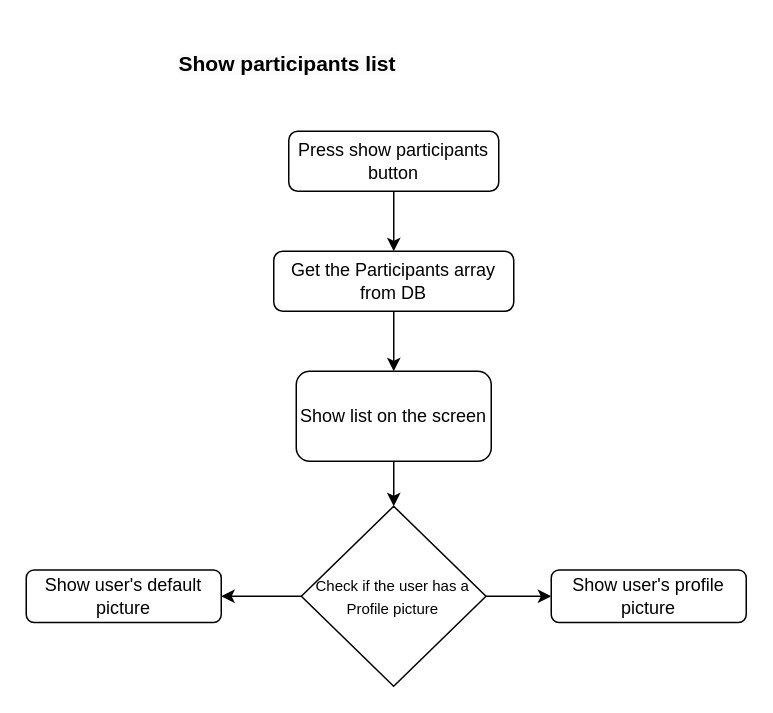
This is page "Page-2" (2 of 2) of Untitled Diagram.drawio from orchlonn/design-doc, a draw.io file, before an edit. Source tidied: cells renumbered, new cells numbered last; positions are measured from the earlier drawing's top-left corner, leaving out a move shared by most shapes. Both pictures are drawn from the tidied source at 150%, with x=0, y=0 at pixel (26, 40).
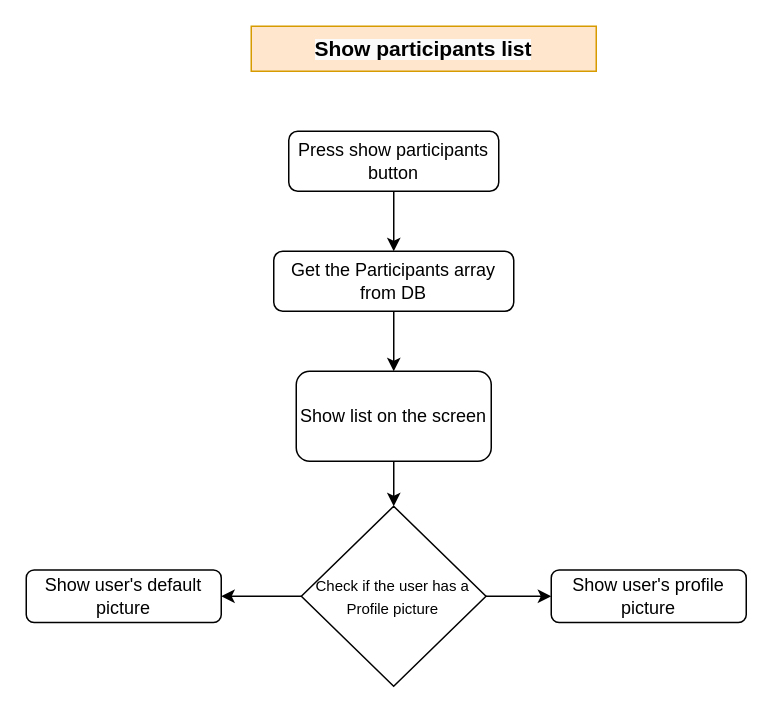
After the change.

Diff of the diagram source:
```diff
@@
 <mxGraphModel>
   <root>
     <mxCell id="0" />
     <mxCell id="1" parent="0" />
     <mxCell id="2" style="edgeStyle=orthogonalEdgeStyle;rounded=0;jettySize=auto;html=1;" parent="1" edge="1" source="3" target="5">
       <mxGeometry relative="1" as="geometry" />
     </mxCell>
     <mxCell id="3" value="Press show participants button" style="rounded=1;whiteSpace=wrap;html=1;fontSize=12;glass=0;strokeWidth=1;shadow=0;" parent="1" vertex="1">
       <mxGeometry x="175" y="60" width="140" height="40" as="geometry" />
     </mxCell>
     <mxCell id="4" style="edgeStyle=orthogonalEdgeStyle;rounded=0;jettySize=auto;html=1;" parent="1" edge="1" source="5" target="8">
       <mxGeometry relative="1" as="geometry" />
     </mxCell>
     <mxCell id="5" value="Get the Participants array from DB" style="rounded=1;whiteSpace=wrap;html=1;fontSize=12;glass=0;strokeWidth=1;shadow=0;" parent="1" vertex="1">
       <mxGeometry x="165" y="140" width="160" height="40" as="geometry" />
     </mxCell>
     <mxCell id="6" value="Show user's profile picture" style="rounded=1;whiteSpace=wrap;html=1;fontSize=12;glass=0;strokeWidth=1;shadow=0;" parent="1" vertex="1">
       <mxGeometry x="350" y="352.5" width="130" height="35" as="geometry" />
     </mxCell>
     <mxCell id="7" style="edgeStyle=orthogonalEdgeStyle;rounded=0;jettySize=auto;html=1;" parent="1" edge="1" source="8" target="12">
       <mxGeometry relative="1" as="geometry" />
     </mxCell>
     <mxCell id="8" value="Show list on the screen" style="rounded=1;whiteSpace=wrap;html=1;fontSize=12;glass=0;strokeWidth=1;shadow=0;" parent="1" vertex="1">
       <mxGeometry x="180" y="220" width="130" height="60" as="geometry" />
     </mxCell>
-    <mxCell id="9" value="&lt;span style=&quot;color: rgb(0, 0, 0); font-family: Helvetica; font-style: normal; font-variant-ligatures: normal; font-variant-caps: normal; letter-spacing: normal; orphans: 2; text-align: center; text-indent: 0px; text-transform: none; widows: 2; word-spacing: 0px; -webkit-text-stroke-width: 0px; white-space: normal; background-color: rgb(251, 251, 251); text-decoration-thickness: initial; text-decoration-style: initial; text-decoration-color: initial; float: none; display: inline !important;&quot;&gt;&lt;b style=&quot;&quot;&gt;&lt;font style=&quot;font-size: 14px;&quot;&gt;Show participants list&lt;/font&gt;&lt;/b&gt;&lt;/span&gt;" style="text;whiteSpace=wrap;html=1;" parent="1" vertex="1">
-      <mxGeometry x="100" width="170" height="40" as="geometry" />
+    <mxCell id="9" value="&lt;span style=&quot;color: rgb(0, 0, 0); font-family: Helvetica; font-style: normal; font-variant-ligatures: normal; font-variant-caps: normal; letter-spacing: normal; orphans: 2; text-indent: 0px; text-transform: none; widows: 2; word-spacing: 0px; -webkit-text-stroke-width: 0px; white-space: normal; background-color: rgb(251, 251, 251); text-decoration-thickness: initial; text-decoration-style: initial; text-decoration-color: initial; float: none; display: inline !important;&quot;&gt;&lt;b style=&quot;&quot;&gt;&lt;font style=&quot;font-size: 14px;&quot;&gt;Show participants list&lt;/font&gt;&lt;/b&gt;&lt;/span&gt;" style="text;whiteSpace=wrap;html=1;fillColor=#ffe6cc;strokeColor=#d79b00;align=center;" parent="1" vertex="1">
+      <mxGeometry x="150" y="-10" width="230" height="30" as="geometry" />
     </mxCell>
     <mxCell id="10" style="edgeStyle=orthogonalEdgeStyle;rounded=0;jettySize=auto;html=1;" parent="1" edge="1" source="12" target="6">
       <mxGeometry relative="1" as="geometry" />
     </mxCell>
     <mxCell id="11" style="edgeStyle=orthogonalEdgeStyle;rounded=0;jettySize=auto;html=1;" parent="1" edge="1" source="12" target="13">
       <mxGeometry relative="1" as="geometry" />
     </mxCell>
     <mxCell id="12" value="&lt;span style=&quot;font-size: 10px;&quot;&gt;Check if the user has a Profile picture&lt;/span&gt;" style="rhombus;whiteSpace=wrap;html=1;" parent="1" vertex="1">
       <mxGeometry x="183.4" y="310" width="123.1" height="120" as="geometry" />
     </mxCell>
     <mxCell id="13" value="Show user's default picture" style="rounded=1;whiteSpace=wrap;html=1;fontSize=12;glass=0;strokeWidth=1;shadow=0;" parent="1" vertex="1">
       <mxGeometry y="352.5" width="130" height="35" as="geometry" />
     </mxCell>
   </root>
 </mxGraphModel>
```
